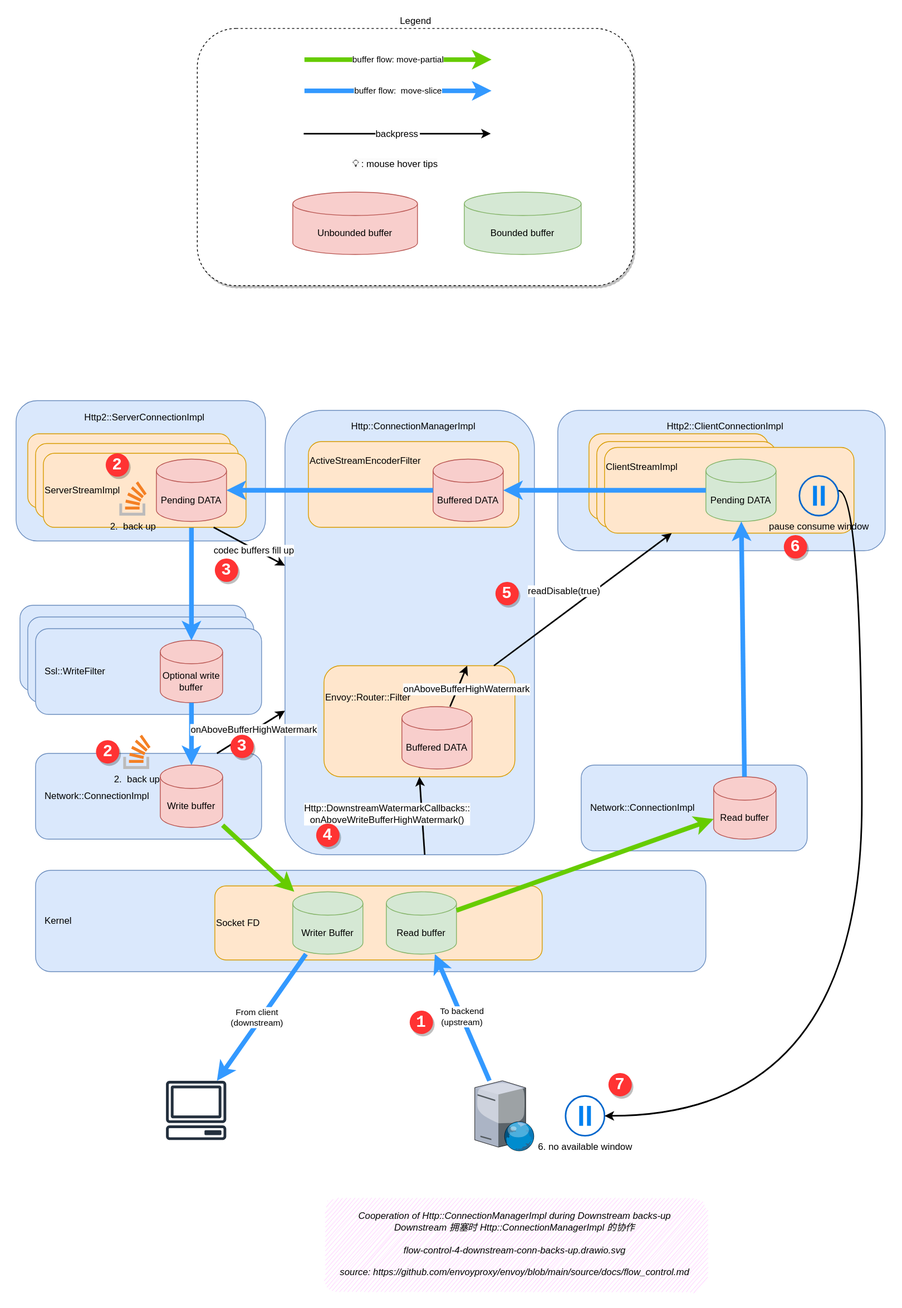
Before: docs/source/ch2-envoy/arch/flow-control/flow-control-4-downstream-conn-backs-up.drawio.svg, a diagram exported from draw.io (labilezhu/istio-insider). Source tidied: cells renumbered, new cells last; positions are measured from the earlier drawing's top-left corner, leaving out a move shared by most shapes.
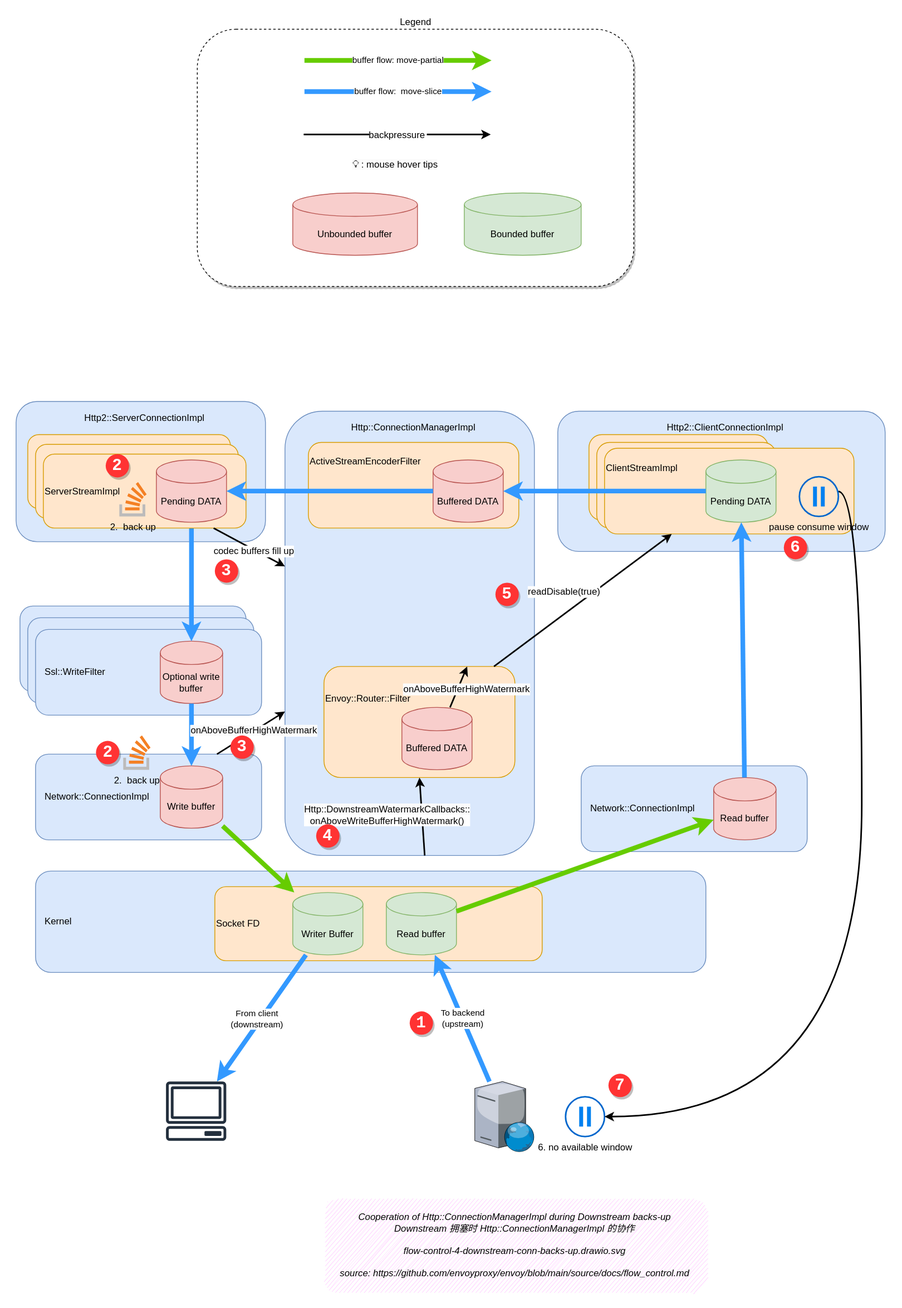
After the change.

What changed in the source:
```diff
@@ -197,7 +197,7 @@
     <mxCell id="61" value="&lt;span style=&quot;color: rgb(0, 0, 0); font-family: Helvetica; font-size: 12px; font-style: normal; font-variant-ligatures: normal; font-variant-caps: normal; font-weight: 400; letter-spacing: normal; orphans: 2; text-align: left; text-indent: 0px; text-transform: none; widows: 2; word-spacing: 0px; -webkit-text-stroke-width: 0px; background-color: rgb(251, 251, 251); text-decoration-thickness: initial; text-decoration-style: initial; text-decoration-color: initial; float: none; display: inline !important;&quot;&gt;&amp;nbsp;💡 : mouse hover tips&lt;/span&gt;" style="text;whiteSpace=wrap;html=1;" parent="1" vertex="1">
       <mxGeometry x="430" y="160" width="165" height="25" as="geometry" />
     </mxCell>
-    <mxCell id="62" value="backpress" style="endArrow=classic;strokeWidth=2;fontSize=12;jumpStyle=arc;" parent="1" edge="1">
+    <mxCell id="62" value="backpressure" style="endArrow=classic;strokeWidth=2;fontSize=12;jumpStyle=arc;" parent="1" edge="1">
       <mxGeometry relative="1" as="geometry">
         <mxPoint x="369" y="135" as="sourcePoint" />
         <mxPoint x="609" y="135" as="targetPoint" />
```
